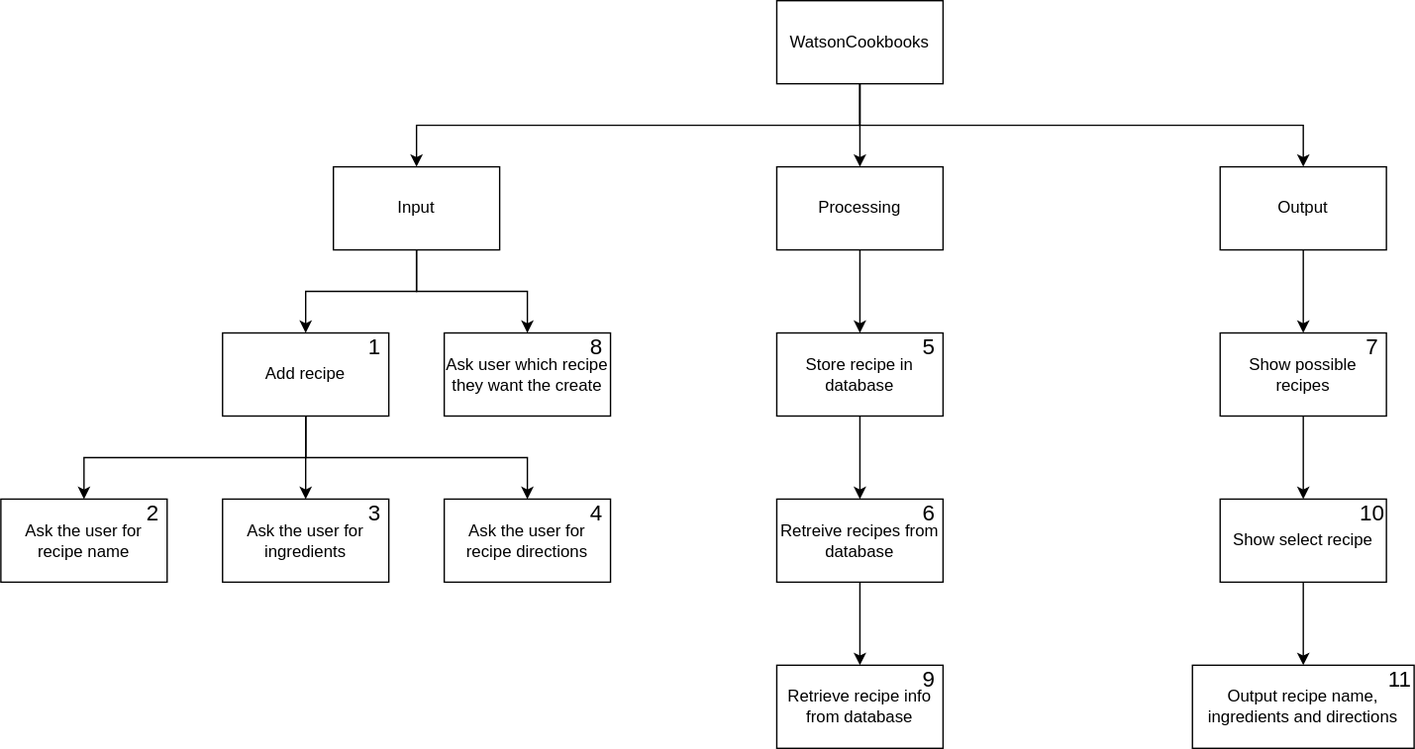
Before: Final/Culminating/Planning/WatsonCookbooksJW-StructureChart.drawio.svg, a diagram exported from draw.io (TuisDev/online-java). Source tidied: cells renumbered, new cells last; positions are measured from the earlier drawing's top-left corner, leaving out a move shared by most shapes.
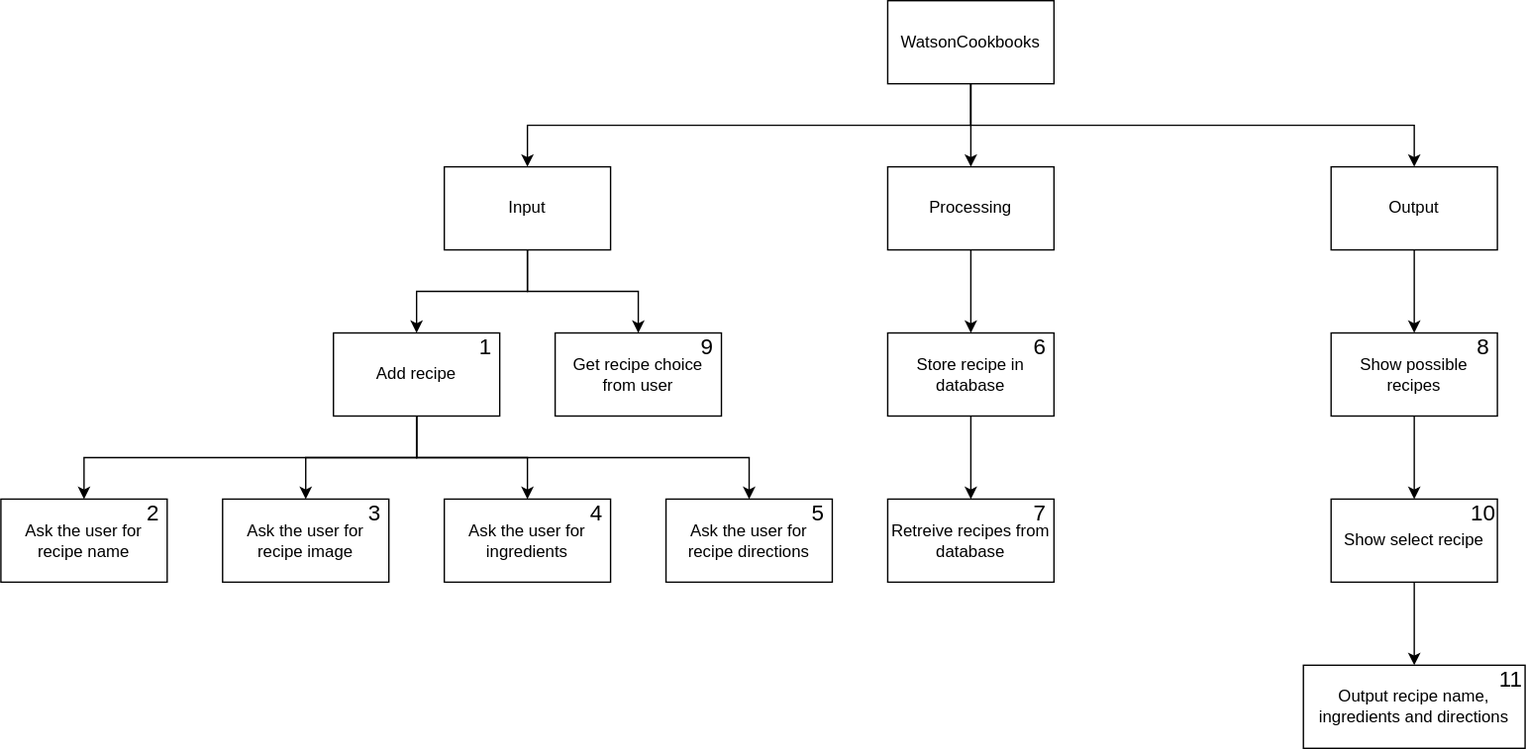
Later version of the same file.

The edit, as a diff of the source:
```diff
@@ -44,14 +44,17 @@
     <mxCell id="15" style="edgeStyle=orthogonalEdgeStyle;rounded=0;jettySize=auto;html=1;exitX=0.5;exitY=1;exitDx=0;exitDy=0;" parent="1" edge="1" source="16" target="21">
       <mxGeometry relative="1" as="geometry" />
     </mxCell>
+    <mxCell id="42" style="edgeStyle=orthogonalEdgeStyle;rounded=0;jettySize=auto;html=1;exitX=0.5;exitY=1;exitDx=0;exitDy=0;" parent="1" edge="1" source="16" target="43">
+      <mxGeometry relative="1" as="geometry" />
+    </mxCell>
     <mxCell id="16" value="Add recipe" style="rounded=0;whiteSpace=wrap;html=1;" parent="1" vertex="1">
       <mxGeometry x="160" y="240" width="120" height="60" as="geometry" />
     </mxCell>
     <mxCell id="17" value="Ask the user for recipe name" style="rounded=0;whiteSpace=wrap;html=1;" parent="1" vertex="1">
-      <mxGeometry y="360" width="120" height="60" as="geometry" />
+      <mxGeometry x="-80" y="360" width="120" height="60" as="geometry" />
     </mxCell>
     <mxCell id="18" value="Ask the user for ingredients" style="rounded=0;whiteSpace=wrap;html=1;" parent="1" vertex="1">
-      <mxGeometry x="160" y="360" width="120" height="60" as="geometry" />
+      <mxGeometry x="240" y="360" width="120" height="60" as="geometry" />
     </mxCell>
     <mxCell id="19" style="edgeStyle=orthogonalEdgeStyle;rounded=0;jettySize=auto;html=1;" parent="1" edge="1" source="20" target="23">
       <mxGeometry relative="1" as="geometry" />
@@ -60,11 +63,8 @@
       <mxGeometry x="560" y="240" width="120" height="60" as="geometry" />
     </mxCell>
     <mxCell id="21" value="Ask the user for recipe directions" style="rounded=0;whiteSpace=wrap;html=1;" parent="1" vertex="1">
-      <mxGeometry x="320" y="360" width="120" height="60" as="geometry" />
+      <mxGeometry x="400" y="360" width="120" height="60" as="geometry" />
     </mxCell>
-    <mxCell id="22" style="edgeStyle=orthogonalEdgeStyle;rounded=0;jettySize=auto;html=1;" parent="1" edge="1" source="23" target="29">
-      <mxGeometry relative="1" as="geometry" />
-    </mxCell>
     <mxCell id="23" value="Retreive recipes from database" style="rounded=0;whiteSpace=wrap;html=1;" parent="1" vertex="1">
       <mxGeometry x="560" y="360" width="120" height="60" as="geometry" />
     </mxCell>
@@ -83,34 +83,31 @@
     <mxCell id="28" value="Show possible recipes" style="rounded=0;whiteSpace=wrap;html=1;" parent="1" vertex="1">
       <mxGeometry x="880" y="240" width="120" height="60" as="geometry" />
     </mxCell>
-    <mxCell id="29" value="Retrieve recipe info from database" style="rounded=0;whiteSpace=wrap;html=1;" parent="1" vertex="1">
-      <mxGeometry x="560" y="480" width="120" height="60" as="geometry" />
-    </mxCell>
-    <mxCell id="30" value="Ask user which recipe they want the create" style="rounded=0;whiteSpace=wrap;html=1;" parent="1" vertex="1">
+    <mxCell id="30" value="Get recipe choice from user" style="rounded=0;whiteSpace=wrap;html=1;" parent="1" vertex="1">
       <mxGeometry x="320" y="240" width="120" height="60" as="geometry" />
     </mxCell>
     <mxCell id="31" value="2" style="text;html=1;strokeColor=none;fillColor=none;align=center;verticalAlign=middle;whiteSpace=wrap;rounded=0;fontSize=16;" parent="1" vertex="1">
-      <mxGeometry x="100" y="360" width="20" height="20" as="geometry" />
+      <mxGeometry x="20" y="360" width="20" height="20" as="geometry" />
     </mxCell>
     <mxCell id="32" value="1" style="text;html=1;strokeColor=none;fillColor=none;align=center;verticalAlign=middle;whiteSpace=wrap;rounded=0;fontSize=16;" parent="1" vertex="1">
       <mxGeometry x="260" y="240" width="20" height="20" as="geometry" />
     </mxCell>
-    <mxCell id="33" value="3" style="text;html=1;strokeColor=none;fillColor=none;align=center;verticalAlign=middle;whiteSpace=wrap;rounded=0;fontSize=16;" parent="1" vertex="1">
-      <mxGeometry x="260" y="360" width="20" height="20" as="geometry" />
+    <mxCell id="33" value="4" style="text;html=1;strokeColor=none;fillColor=none;align=center;verticalAlign=middle;whiteSpace=wrap;rounded=0;fontSize=16;" parent="1" vertex="1">
+      <mxGeometry x="340" y="360" width="20" height="20" as="geometry" />
     </mxCell>
-    <mxCell id="34" value="4" style="text;html=1;strokeColor=none;fillColor=none;align=center;verticalAlign=middle;whiteSpace=wrap;rounded=0;fontSize=16;" parent="1" vertex="1">
-      <mxGeometry x="420" y="360" width="20" height="20" as="geometry" />
+    <mxCell id="34" value="5" style="text;html=1;strokeColor=none;fillColor=none;align=center;verticalAlign=middle;whiteSpace=wrap;rounded=0;fontSize=16;" parent="1" vertex="1">
+      <mxGeometry x="500" y="360" width="20" height="20" as="geometry" />
     </mxCell>
-    <mxCell id="35" value="5" style="text;html=1;strokeColor=none;fillColor=none;align=center;verticalAlign=middle;whiteSpace=wrap;rounded=0;fontSize=16;" parent="1" vertex="1">
+    <mxCell id="35" value="6" style="text;html=1;strokeColor=none;fillColor=none;align=center;verticalAlign=middle;whiteSpace=wrap;rounded=0;fontSize=16;" parent="1" vertex="1">
       <mxGeometry x="660" y="240" width="20" height="20" as="geometry" />
     </mxCell>
-    <mxCell id="36" value="6" style="text;html=1;strokeColor=none;fillColor=none;align=center;verticalAlign=middle;whiteSpace=wrap;rounded=0;fontSize=16;" parent="1" vertex="1">
+    <mxCell id="36" value="7" style="text;html=1;strokeColor=none;fillColor=none;align=center;verticalAlign=middle;whiteSpace=wrap;rounded=0;fontSize=16;" parent="1" vertex="1">
       <mxGeometry x="660" y="360" width="20" height="20" as="geometry" />
     </mxCell>
-    <mxCell id="37" value="8" style="text;html=1;strokeColor=none;fillColor=none;align=center;verticalAlign=middle;whiteSpace=wrap;rounded=0;fontSize=16;" parent="1" vertex="1">
+    <mxCell id="37" value="9" style="text;html=1;strokeColor=none;fillColor=none;align=center;verticalAlign=middle;whiteSpace=wrap;rounded=0;fontSize=16;" parent="1" vertex="1">
       <mxGeometry x="420" y="240" width="20" height="20" as="geometry" />
     </mxCell>
-    <mxCell id="38" value="7" style="text;html=1;strokeColor=none;fillColor=none;align=center;verticalAlign=middle;whiteSpace=wrap;rounded=0;fontSize=16;" parent="1" vertex="1">
+    <mxCell id="38" value="8" style="text;html=1;strokeColor=none;fillColor=none;align=center;verticalAlign=middle;whiteSpace=wrap;rounded=0;fontSize=16;" parent="1" vertex="1">
       <mxGeometry x="980" y="240" width="20" height="20" as="geometry" />
     </mxCell>
     <mxCell id="39" value="10" style="text;html=1;strokeColor=none;fillColor=none;align=center;verticalAlign=middle;whiteSpace=wrap;rounded=0;fontSize=16;" parent="1" vertex="1">
@@ -119,8 +116,11 @@
     <mxCell id="40" value="11" style="text;html=1;strokeColor=none;fillColor=none;align=center;verticalAlign=middle;whiteSpace=wrap;rounded=0;fontSize=16;" parent="1" vertex="1">
       <mxGeometry x="1000" y="480" width="20" height="20" as="geometry" />
     </mxCell>
-    <mxCell id="41" value="9" style="text;html=1;strokeColor=none;fillColor=none;align=center;verticalAlign=middle;whiteSpace=wrap;rounded=0;fontSize=16;" parent="1" vertex="1">
-      <mxGeometry x="660" y="480" width="20" height="20" as="geometry" />
-    </mxCell>
+    <mxCell id="43" value="Ask the user for recipe image" style="rounded=0;whiteSpace=wrap;html=1;" parent="1" vertex="1">
+      <mxGeometry x="80" y="360" width="120" height="60" as="geometry" />
+    </mxCell>
+    <mxCell id="44" value="3" style="text;html=1;strokeColor=none;fillColor=none;align=center;verticalAlign=middle;whiteSpace=wrap;rounded=0;fontSize=16;" parent="1" vertex="1">
+      <mxGeometry x="180" y="360" width="20" height="20" as="geometry" />
+    </mxCell>
   </root>
 </mxGraphModel>
```
